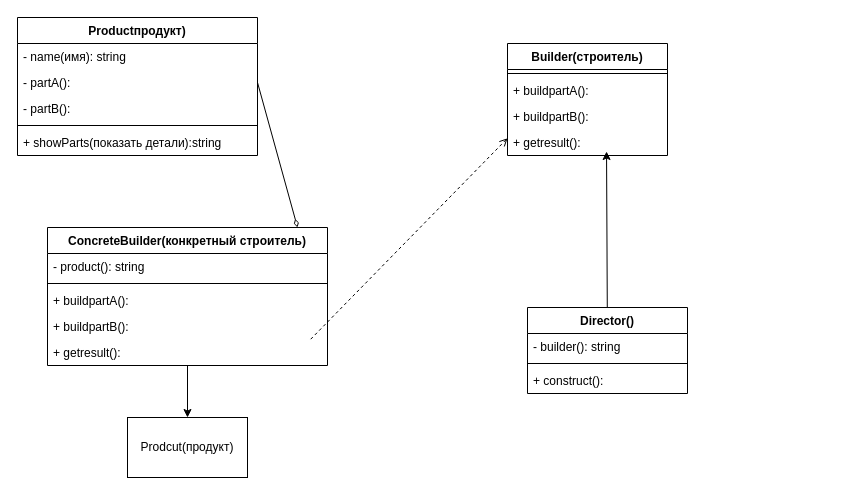
Above: строителшь.drawio in Inferno20055/dlia-sebia (draw.io), before the change. Source tidied: cells renumbered, new cells numbered last; positions are measured from the earlier drawing's top-left corner, leaving out a move shared by most shapes. Both pictures are drawn from the tidied source at 100%, with x=0, y=0 at pixel (17, 17).
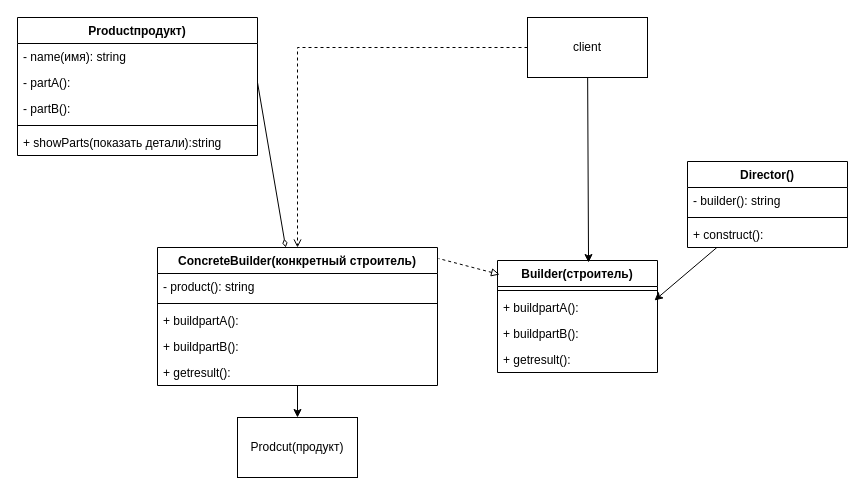
The same page after the edit.

The change refers to these unchanged cells:
```xml
<mxCell id="4" value="- partA():&amp;nbsp;" style="text;strokeColor=none;fillColor=none;align=left;verticalAlign=top;spacingLeft=4;spacingRight=4;overflow=hidden;points=[[0,0.5],[1,0.5]];portConstraint=eastwest;whiteSpace=wrap;html=1;" parent="2" vertex="1">
  <mxGeometry y="52" width="240" height="26" as="geometry" />
</mxCell>
<mxCell id="14" value="+ getresult():" style="text;strokeColor=none;fillColor=none;align=left;verticalAlign=top;spacingLeft=4;spacingRight=4;overflow=hidden;points=[[0,0.5],[1,0.5]];portConstraint=eastwest;whiteSpace=wrap;html=1;" parent="9" vertex="1">
  <mxGeometry y="112" width="280" height="26" as="geometry" />
</mxCell>
<mxCell id="17" value="+ buildpartA():" style="text;strokeColor=none;fillColor=none;align=left;verticalAlign=top;spacingLeft=4;spacingRight=4;overflow=hidden;points=[[0,0.5],[1,0.5]];portConstraint=eastwest;whiteSpace=wrap;html=1;" parent="15" vertex="1">
  <mxGeometry y="34" width="160" height="26" as="geometry" />
</mxCell>
<mxCell id="19" value="+ getresult():" style="text;strokeColor=none;fillColor=none;align=left;verticalAlign=top;spacingLeft=4;spacingRight=4;overflow=hidden;points=[[0,0.5],[1,0.5]];portConstraint=eastwest;whiteSpace=wrap;html=1;" parent="15" vertex="1">
  <mxGeometry y="86" width="160" height="26" as="geometry" />
</mxCell>
```

Diff of the diagram source:
```diff
@@
     <mxCell id="9" value="ConcreteBuilder(конкретный строитель)" style="swimlane;fontStyle=1;align=center;verticalAlign=top;horizontal=1;startSize=26;whiteSpace=wrap;html=1;" parent="1" vertex="1">
-      <mxGeometry x="30" y="210" width="280" height="138" as="geometry" />
+      <mxGeometry x="140" y="230" width="280" height="138" as="geometry" />
     </mxCell>
@@
     <mxCell id="15" value="Builder(строитель)" style="swimlane;fontStyle=1;align=center;verticalAlign=top;horizontal=1;startSize=26;whiteSpace=wrap;html=1;" parent="1" vertex="1">
-      <mxGeometry x="490" y="26" width="160" height="112" as="geometry" />
+      <mxGeometry x="480" y="243" width="160" height="112" as="geometry" />
     </mxCell>
@@
     <mxCell id="20" value="Director()" style="swimlane;fontStyle=1;align=center;verticalAlign=top;horizontal=1;startSize=26;whiteSpace=wrap;html=1;" parent="1" vertex="1">
-      <mxGeometry x="510" y="290" width="160" height="86" as="geometry" />
+      <mxGeometry x="670" y="144" width="160" height="86" as="geometry" />
     </mxCell>
@@
     <mxCell id="24" value="Prodcut(продукт)" style="rounded=0;whiteSpace=wrap;html=1;" parent="1" vertex="1">
-      <mxGeometry x="110" y="400" width="120" height="60" as="geometry" />
+      <mxGeometry x="220" y="400" width="120" height="60" as="geometry" />
     </mxCell>
-    <mxCell id="25" style="endArrow=diamondThin;html=1;rounded=0;entryX=0.893;entryY=0;entryDx=0;entryDy=0;entryPerimeter=0;exitX=1;exitY=0.5;exitDx=0;exitDy=0;endFill=0;" parent="1" edge="1" source="4" target="9">
+    <mxCell id="25" style="endArrow=diamondThin;html=1;rounded=0;exitX=1;exitY=0.5;exitDx=0;exitDy=0;endFill=0;" parent="1" edge="1" source="4" target="9">
       <mxGeometry relative="1" as="geometry" />
     </mxCell>
-    <mxCell id="26" style="endArrow=none;html=1;rounded=0;exitX=0;exitY=0.846;exitDx=0;exitDy=0;exitPerimeter=0;dashed=1;startArrow=open;startFill=0;entryX=0.939;entryY=0;entryDx=0;entryDy=0;entryPerimeter=0;endFill=0;" parent="1" edge="1" source="15" target="14">
+    <mxCell id="26" style="endArrow=none;html=1;rounded=0;exitX=0.013;exitY=0.125;exitDx=0;exitDy=0;exitPerimeter=0;dashed=1;startArrow=block;startFill=0;entryX=1.004;entryY=0.08;entryDx=0;entryDy=0;entryPerimeter=0;endFill=0;" parent="1" edge="1" source="15" target="9">
       <mxGeometry relative="1" as="geometry" />
     </mxCell>
-    <mxCell id="27" style="endArrow=classic;html=1;rounded=0;entryX=0.619;entryY=0.846;entryDx=0;entryDy=0;entryPerimeter=0;" parent="1" edge="1" source="20" target="19">
+    <mxCell id="27" style="endArrow=classic;html=1;rounded=0;entryX=0.981;entryY=0.231;entryDx=0;entryDy=0;entryPerimeter=0;" parent="1" edge="1" source="20" target="17">
       <mxGeometry relative="1" as="geometry" />
     </mxCell>
+    <mxCell id="28" style="edgeStyle=orthogonalEdgeStyle;rounded=0;jettySize=auto;html=1;exitX=0;exitY=0.5;exitDx=0;exitDy=0;dashed=1;endArrow=open;endFill=0;" parent="1" edge="1" source="29" target="9">
+      <mxGeometry relative="1" as="geometry" />
+    </mxCell>
+    <mxCell id="29" value="client" style="rounded=0;whiteSpace=wrap;html=1;" parent="1" vertex="1">
+      <mxGeometry x="510" width="120" height="60" as="geometry" />
+    </mxCell>
+    <mxCell id="30" style="endArrow=classic;html=1;rounded=0;entryX=0.569;entryY=0.018;entryDx=0;entryDy=0;entryPerimeter=0;" parent="1" edge="1" source="29" target="15">
+      <mxGeometry relative="1" as="geometry" />
+    </mxCell>
```
